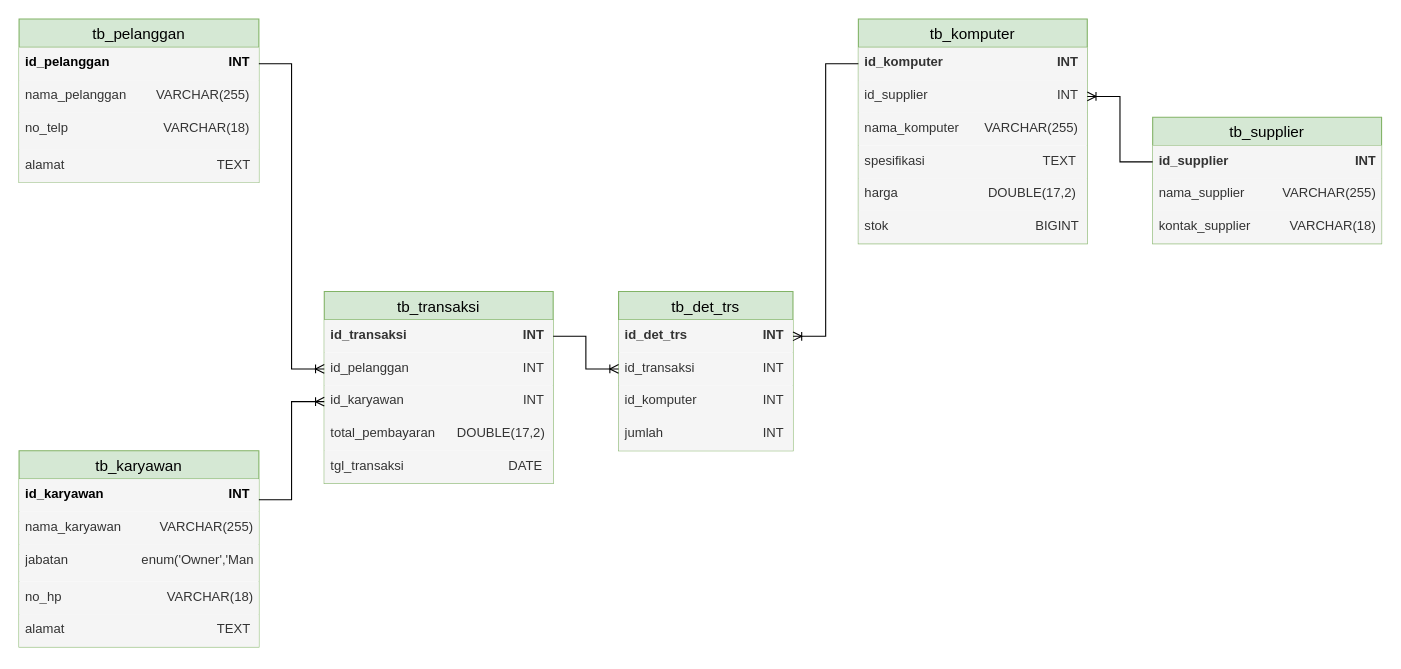
The draw.io diagram Untitled Diagram.drawio in elikawicaksana/BuildIT_BasisData, before the edit. Source tidied: cells renumbered, new cells numbered last; positions are measured from the earlier drawing's top-left corner, leaving out a move shared by most shapes. Both pictures are drawn from the tidied source at 109%, with x=0, y=0 at pixel (19, 19).
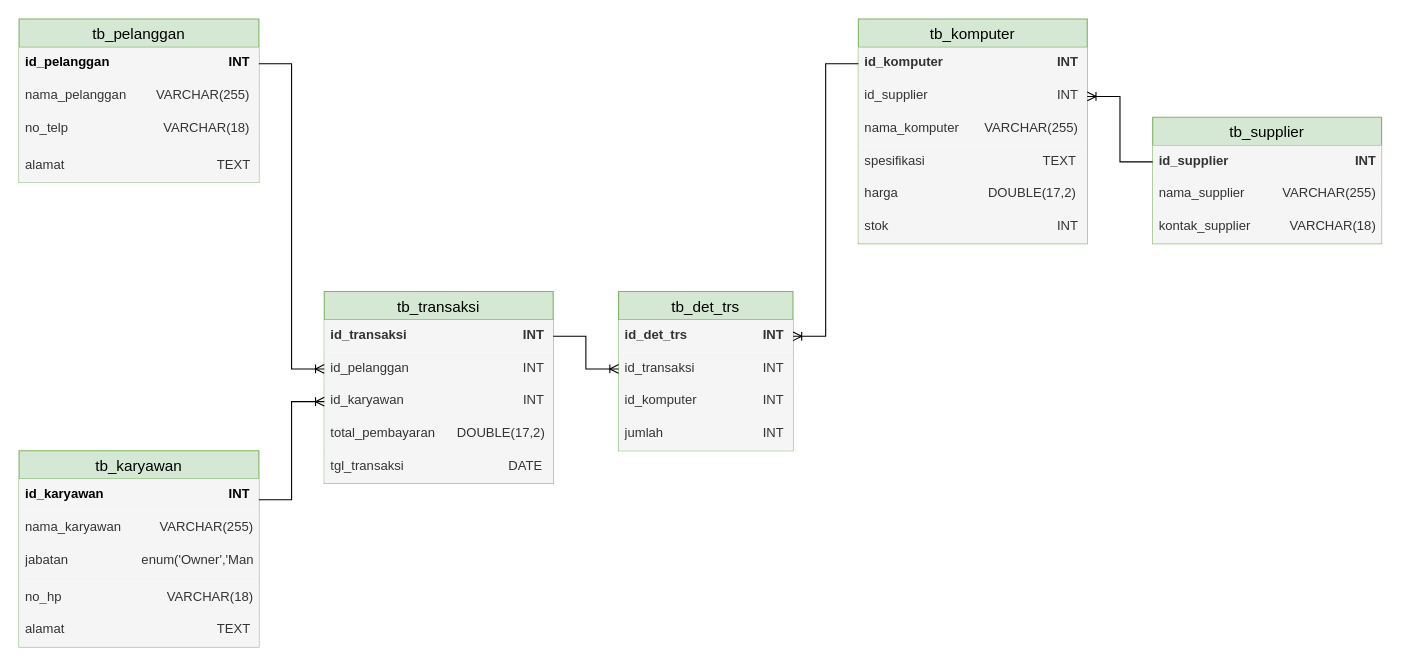
After the change.

Unchanged cells that the change refers to:
```xml
<mxCell id="22" value="tb_komputer" style="swimlane;fontStyle=0;horizontal=1;startSize=26;align=center;fontSize=14;fillColor=#d5e8d4;strokeColor=#82b366;" parent="1" vertex="1">
  <mxGeometry x="770" width="210" height="206" as="geometry" />
</mxCell>
```

Diff of the diagram source:
```diff
@@
-    <mxCell id="28" value="stok&amp;nbsp; &lt;span style=&quot;white-space: pre;&quot;&gt;&#9;&lt;/span&gt;&lt;span style=&quot;white-space: pre;&quot;&gt;&#9;&lt;/span&gt;&lt;span style=&quot;white-space: pre;&quot;&gt;&#9;&lt;/span&gt;&lt;span style=&quot;white-space: pre;&quot;&gt;&#9;&lt;/span&gt;&amp;nbsp; &amp;nbsp; &amp;nbsp; &amp;nbsp;BIGINT" style="text;strokeColor=none;fillColor=#f5f5f5;spacingLeft=4;spacingRight=4;overflow=hidden;fontSize=12;whiteSpace=wrap;html=1;fontColor=#333333;" parent="22" vertex="1">
+    <mxCell id="28" value="stok&amp;nbsp; &lt;span style=&quot;white-space: pre;&quot;&gt;&#9;&lt;/span&gt;&lt;span style=&quot;white-space: pre;&quot;&gt;&#9;&lt;/span&gt;&lt;span style=&quot;white-space: pre;&quot;&gt;&#9;&lt;/span&gt;&lt;span style=&quot;white-space: pre;&quot;&gt;&#9;&lt;/span&gt;&amp;nbsp; &amp;nbsp; &amp;nbsp; &amp;nbsp;&lt;span style=&quot;white-space: pre;&quot;&gt;&#9;&lt;/span&gt;&amp;nbsp; &amp;nbsp; &amp;nbsp;INT" style="text;strokeColor=none;fillColor=#f5f5f5;spacingLeft=4;spacingRight=4;overflow=hidden;fontSize=12;whiteSpace=wrap;html=1;fontColor=#333333;" parent="22" vertex="1">
       <mxGeometry y="176" width="210" height="30" as="geometry" />
     </mxCell>
```
